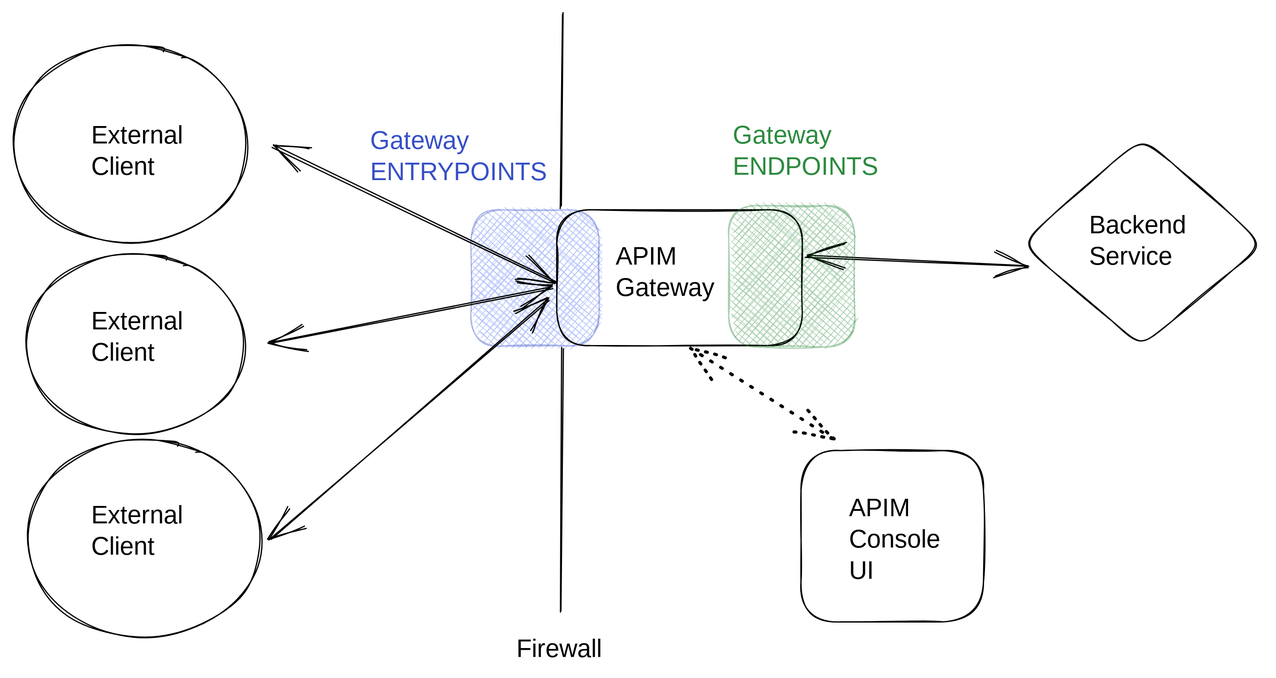
This is docs/apim/4.2/.gitbook/assets/file.excalidraw (1).svg from gravitee-io/gravitee-platform-docs, a Excalidraw export, as it was before one commit. Source tidied: one line per element, renumbered; positions are measured from the earlier drawing's top-left corner, leaving out a move shared by most shapes. Source of this version:
```json
{"id": 0, "type": "rectangle", "strokeColor": "#364fc7", "backgroundColor": "#4c6ef5", "fillStyle": "cross-hatch", "strokeWidth": 1, "roughness": 1, "opacity": 40, "round": true, "x": 366, "y": 157, "width": 103, "height": 109}
{"id": 1, "type": "rectangle", "strokeColor": "#000000", "strokeWidth": 1, "roughness": 1, "round": true, "x": 435, "y": 157, "width": 196, "height": 109}
{"id": 2, "type": "text", "text": "APIM\nGateway", "strokeColor": "#000000", "strokeWidth": 1, "roughness": 1, "fontSize": 20, "fontFamily": 1, "x": 482, "y": 183, "width": 86, "height": 50}
{"id": 3, "type": "text", "text": "External \nClient", "strokeColor": "#000000", "strokeWidth": 1, "roughness": 1, "fontSize": 20, "fontFamily": 1, "x": 63, "y": 86, "width": 93, "height": 50}
{"id": 4, "type": "text", "text": "External \nClient", "strokeColor": "#000000", "strokeWidth": 1, "roughness": 1, "fontSize": 20, "fontFamily": 1, "x": 63, "y": 234, "width": 93, "height": 50}
{"id": 5, "type": "text", "text": "External \nClient", "strokeColor": "#000000", "strokeWidth": 1, "roughness": 1, "fontSize": 20, "fontFamily": 1, "x": 63, "y": 390, "width": 93, "height": 50}
{"id": 6, "type": "arrow", "strokeColor": "#000000", "strokeWidth": 1, "roughness": 1, "startArrowhead": "arrow", "endArrowhead": "arrow", "round": true, "from": 21, "to": 1, "x": 208, "y": 106, "width": 226, "height": 109, "points": [[0, 0], [226, 109]]}
{"id": 7, "type": "arrow", "strokeColor": "#000000", "strokeWidth": 1, "roughness": 1, "startArrowhead": "arrow", "endArrowhead": "arrow", "round": true, "from": 22, "to": 1, "x": 204, "y": 263, "width": 227, "height": 44, "points": [[0, 0], [227, -44]]}
{"id": 8, "type": "arrow", "strokeColor": "#000000", "strokeWidth": 1, "roughness": 1, "startArrowhead": "arrow", "endArrowhead": "arrow", "round": true, "from": 23, "to": 1, "x": 205, "y": 420, "width": 223, "height": 191, "points": [[0, 0], [223, -191]]}
{"id": 9, "type": "text", "text": "Backend\nService", "strokeColor": "#000000", "strokeWidth": 1, "roughness": 1, "fontSize": 20, "fontFamily": 1, "x": 860, "y": 158, "width": 79, "height": 50}
{"id": 10, "type": "arrow", "strokeColor": "#000000", "strokeWidth": 1, "roughness": 1, "startArrowhead": "arrow", "endArrowhead": "arrow", "round": true, "from": 20, "to": 1, "x": 811, "y": 201, "width": 177, "height": 7, "points": [[0, 0], [-177, -7]]}
{"id": 11, "type": "text", "text": "Firewall", "strokeColor": "#000000", "strokeWidth": 1, "roughness": 1, "fontSize": 20, "fontFamily": 1, "x": 402, "y": 496, "width": 71, "height": 25}
{"id": 12, "type": "line", "strokeColor": "#000000", "strokeWidth": 1, "roughness": 1, "round": true, "x": 437, "y": 155, "width": 1, "height": 155, "points": [[0, 0], [1, -155]]}
{"id": 13, "type": "line", "strokeColor": "#000000", "strokeWidth": 1, "roughness": 1, "round": true, "x": 440, "y": 269, "width": 3, "height": 210, "points": [[0, 0], [-3, 210]]}
{"id": 14, "type": "arrow", "strokeColor": "#000000", "strokeWidth": 2, "strokeStyle": "dotted", "roughness": 1, "startArrowhead": "arrow", "endArrowhead": "arrow", "round": true, "from": 18, "to": 1, "x": 656, "y": 341, "width": 115, "height": 72, "points": [[0, 0], [-115, -72]]}
{"id": 15, "type": "text", "text": "Gateway\nENTRYPOINTS", "strokeColor": "#364fc7", "backgroundColor": "#4c6ef5", "fillStyle": "cross-hatch", "strokeWidth": 1, "roughness": 1, "fontSize": 20, "fontFamily": 1, "x": 286, "y": 90, "width": 146, "height": 50}
{"id": 16, "type": "rectangle", "strokeColor": "#2b8a3e", "backgroundColor": "#2b8a3e", "fillStyle": "cross-hatch", "strokeWidth": 1, "roughness": 1, "opacity": 40, "round": true, "x": 572, "y": 154, "width": 101, "height": 113}
{"id": 17, "type": "text", "text": "Gateway\nENDPOINTS", "strokeColor": "#2b8a3e", "backgroundColor": "#4c6ef5", "fillStyle": "cross-hatch", "strokeWidth": 1, "roughness": 1, "fontSize": 20, "fontFamily": 1, "x": 575, "y": 86, "width": 122, "height": 50}
{"id": 18, "type": "rectangle", "strokeColor": "#000000", "strokeWidth": 1, "roughness": 1, "round": true, "x": 630, "y": 350, "width": 146, "height": 137}
{"id": 19, "type": "text", "text": "APIM\nConsole\nUI", "strokeColor": "#000000", "strokeWidth": 1, "roughness": 1, "fontSize": 20, "fontFamily": 1, "x": 668, "y": 384, "width": 71, "height": 75}
{"id": 20, "type": "diamond", "strokeColor": "#000000", "strokeWidth": 1, "roughness": 1, "round": true, "x": 806, "y": 99, "width": 194, "height": 168}
{"id": 21, "type": "ellipse", "strokeColor": "#000000", "strokeWidth": 1, "roughness": 1, "round": true, "x": 0, "y": 25, "width": 188, "height": 159}
{"id": 22, "type": "ellipse", "strokeColor": "#000000", "strokeWidth": 1, "roughness": 1, "round": true, "x": 10, "y": 192, "width": 176, "height": 144}
{"id": 23, "type": "ellipse", "strokeColor": "#000000", "strokeWidth": 1, "roughness": 1, "round": true, "x": 11, "y": 341, "width": 188, "height": 159}
```
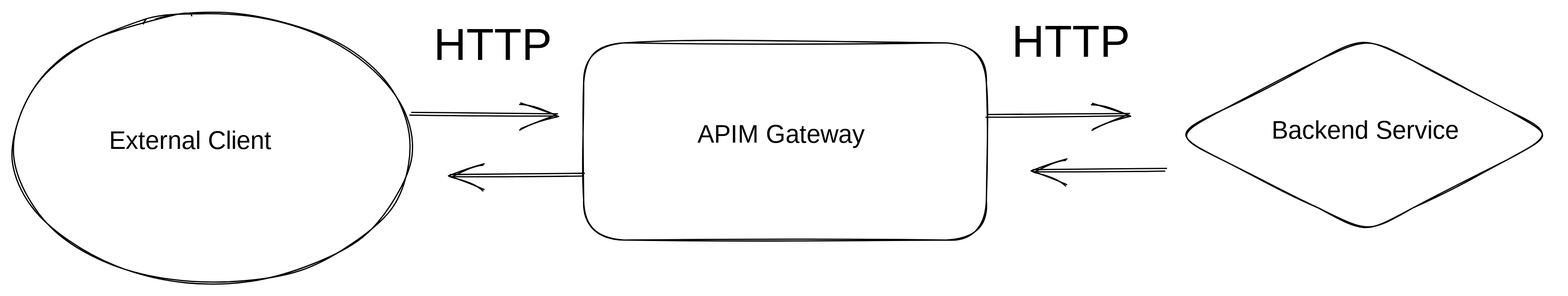
Later version of the same file.

What changed in the source:
```diff
@@ -1,24 +1,12 @@
-{"id": 0, "type": "rectangle", "strokeColor": "#364fc7", "backgroundColor": "#4c6ef5", "fillStyle": "cross-hatch", "strokeWidth": 1, "roughness": 1, "opacity": 40, "round": true, "x": 366, "y": 157, "width": 103, "height": 109}
-{"id": 1, "type": "rectangle", "strokeColor": "#000000", "strokeWidth": 1, "roughness": 1, "round": true, "x": 435, "y": 157, "width": 196, "height": 109}
+{"id": 24, "type": "text", "text": "External Client", "strokeColor": "#000000", "strokeWidth": 1, "roughness": 1, "fontSize": 20, "fontFamily": 1, "x": -71, "y": 35, "width": 148, "height": 25}
+{"id": 25, "type": "arrow", "strokeColor": "#000000", "strokeWidth": 1, "roughness": 1, "endArrowhead": "arrow", "round": true, "to": 26, "x": 171, "y": 25, "width": 116, "height": 0, "points": [[0, 0], [116, 0]]}
+{"id": 26, "type": "rectangle", "strokeColor": "#000000", "strokeWidth": 1, "roughness": 1, "round": true, "x": 308, "y": -32, "width": 322, "height": 158}
-{"id": 2, "type": "text", "text": "APIM\nGateway", "strokeColor": "#000000", "strokeWidth": 1, "roughness": 1, "fontSize": 20, "fontFamily": 1, "x": 482, "y": 183, "width": 86, "height": 50}
+{"id": 2, "type": "text", "text": "APIM Gateway", "strokeColor": "#000000", "strokeWidth": 1, "roughness": 1, "fontSize": 20, "fontFamily": 1, "x": 399, "y": 30, "width": 149, "height": 25}
-{"id": 3, "type": "text", "text": "External \nClient", "strokeColor": "#000000", "strokeWidth": 1, "roughness": 1, "fontSize": 20, "fontFamily": 1, "x": 63, "y": 86, "width": 93, "height": 50}
-{"id": 4, "type": "text", "text": "External \nClient", "strokeColor": "#000000", "strokeWidth": 1, "roughness": 1, "fontSize": 20, "fontFamily": 1, "x": 63, "y": 234, "width": 93, "height": 50}
-{"id": 5, "type": "text", "text": "External \nClient", "strokeColor": "#000000", "strokeWidth": 1, "roughness": 1, "fontSize": 20, "fontFamily": 1, "x": 63, "y": 390, "width": 93, "height": 50}
-{"id": 6, "type": "arrow", "strokeColor": "#000000", "strokeWidth": 1, "roughness": 1, "startArrowhead": "arrow", "endArrowhead": "arrow", "round": true, "from": 21, "to": 1, "x": 208, "y": 106, "width": 226, "height": 109, "points": [[0, 0], [226, 109]]}
-{"id": 7, "type": "arrow", "strokeColor": "#000000", "strokeWidth": 1, "roughness": 1, "startArrowhead": "arrow", "endArrowhead": "arrow", "round": true, "from": 22, "to": 1, "x": 204, "y": 263, "width": 227, "height": 44, "points": [[0, 0], [227, -44]]}
-{"id": 8, "type": "arrow", "strokeColor": "#000000", "strokeWidth": 1, "roughness": 1, "startArrowhead": "arrow", "endArrowhead": "arrow", "round": true, "from": 23, "to": 1, "x": 205, "y": 420, "width": 223, "height": 191, "points": [[0, 0], [223, -191]]}
+{"id": 27, "type": "arrow", "strokeColor": "#000000", "strokeWidth": 1, "roughness": 1, "endArrowhead": "arrow", "round": true, "from": 26, "x": 631, "y": 27, "width": 113, "height": 2, "points": [[0, 0], [113, -2]]}
-{"id": 9, "type": "text", "text": "Backend\nService", "strokeColor": "#000000", "strokeWidth": 1, "roughness": 1, "fontSize": 20, "fontFamily": 1, "x": 860, "y": 158, "width": 79, "height": 50}
+{"id": 9, "type": "text", "text": "Backend Service", "strokeColor": "#000000", "strokeWidth": 1, "roughness": 1, "fontSize": 20, "fontFamily": 1, "x": 858, "y": 27, "width": 157, "height": 25}
-{"id": 10, "type": "arrow", "strokeColor": "#000000", "strokeWidth": 1, "roughness": 1, "startArrowhead": "arrow", "endArrowhead": "arrow", "round": true, "from": 20, "to": 1, "x": 811, "y": 201, "width": 177, "height": 7, "points": [[0, 0], [-177, -7]]}
-{"id": 11, "type": "text", "text": "Firewall", "strokeColor": "#000000", "strokeWidth": 1, "roughness": 1, "fontSize": 20, "fontFamily": 1, "x": 402, "y": 496, "width": 71, "height": 25}
-{"id": 12, "type": "line", "strokeColor": "#000000", "strokeWidth": 1, "roughness": 1, "round": true, "x": 437, "y": 155, "width": 1, "height": 155, "points": [[0, 0], [1, -155]]}
-{"id": 13, "type": "line", "strokeColor": "#000000", "strokeWidth": 1, "roughness": 1, "round": true, "x": 440, "y": 269, "width": 3, "height": 210, "points": [[0, 0], [-3, 210]]}
-{"id": 14, "type": "arrow", "strokeColor": "#000000", "strokeWidth": 2, "strokeStyle": "dotted", "roughness": 1, "startArrowhead": "arrow", "endArrowhead": "arrow", "round": true, "from": 18, "to": 1, "x": 656, "y": 341, "width": 115, "height": 72, "points": [[0, 0], [-115, -72]]}
-{"id": 15, "type": "text", "text": "Gateway\nENTRYPOINTS", "strokeColor": "#364fc7", "backgroundColor": "#4c6ef5", "fillStyle": "cross-hatch", "strokeWidth": 1, "roughness": 1, "fontSize": 20, "fontFamily": 1, "x": 286, "y": 90, "width": 146, "height": 50}
-{"id": 16, "type": "rectangle", "strokeColor": "#2b8a3e", "backgroundColor": "#2b8a3e", "fillStyle": "cross-hatch", "strokeWidth": 1, "roughness": 1, "opacity": 40, "round": true, "x": 572, "y": 154, "width": 101, "height": 113}
-{"id": 17, "type": "text", "text": "Gateway\nENDPOINTS", "strokeColor": "#2b8a3e", "backgroundColor": "#4c6ef5", "fillStyle": "cross-hatch", "strokeWidth": 1, "roughness": 1, "fontSize": 20, "fontFamily": 1, "x": 575, "y": 86, "width": 122, "height": 50}
-{"id": 18, "type": "rectangle", "strokeColor": "#000000", "strokeWidth": 1, "roughness": 1, "round": true, "x": 630, "y": 350, "width": 146, "height": 137}
-{"id": 19, "type": "text", "text": "APIM\nConsole\nUI", "strokeColor": "#000000", "strokeWidth": 1, "roughness": 1, "fontSize": 20, "fontFamily": 1, "x": 668, "y": 384, "width": 71, "height": 75}
-{"id": 20, "type": "diamond", "strokeColor": "#000000", "strokeWidth": 1, "roughness": 1, "round": true, "x": 806, "y": 99, "width": 194, "height": 168}
-{"id": 21, "type": "ellipse", "strokeColor": "#000000", "strokeWidth": 1, "roughness": 1, "round": true, "x": 0, "y": 25, "width": 188, "height": 159}
-{"id": 22, "type": "ellipse", "strokeColor": "#000000", "strokeWidth": 1, "roughness": 1, "round": true, "x": 10, "y": 192, "width": 176, "height": 144}
-{"id": 23, "type": "ellipse", "strokeColor": "#000000", "strokeWidth": 1, "roughness": 1, "round": true, "x": 11, "y": 341, "width": 188, "height": 159}
+{"id": 28, "type": "arrow", "strokeColor": "#000000", "strokeWidth": 1, "roughness": 1, "endArrowhead": "arrow", "round": true, "x": 309, "y": 74, "width": 108, "height": 0, "points": [[0, 0], [-108, 0]]}
+{"id": 29, "type": "arrow", "strokeColor": "#000000", "strokeWidth": 1, "roughness": 1, "endArrowhead": "arrow", "round": true, "x": 774, "y": 70, "width": 107, "height": 0, "points": [[0, 0], [-107, 0]]}
+{"id": 30, "type": "text", "text": "HTTP", "strokeColor": "#000000", "strokeWidth": 1, "roughness": 1, "fontSize": 36, "fontFamily": 1, "x": 188, "y": -50, "width": 102, "height": 45}
+{"id": 31, "type": "text", "text": "HTTP", "strokeColor": "#000000", "strokeWidth": 1, "roughness": 1, "fontSize": 36, "fontFamily": 1, "x": 650, "y": -53, "width": 102, "height": 45}
+{"id": 32, "type": "ellipse", "strokeColor": "#000000", "strokeWidth": 1, "roughness": 1, "round": true, "x": -148, "y": -56, "width": 318, "height": 216}
+{"id": 33, "type": "diamond", "strokeColor": "#000000", "strokeWidth": 1, "roughness": 1, "round": true, "x": 780, "y": -37, "width": 305, "height": 157}
```
